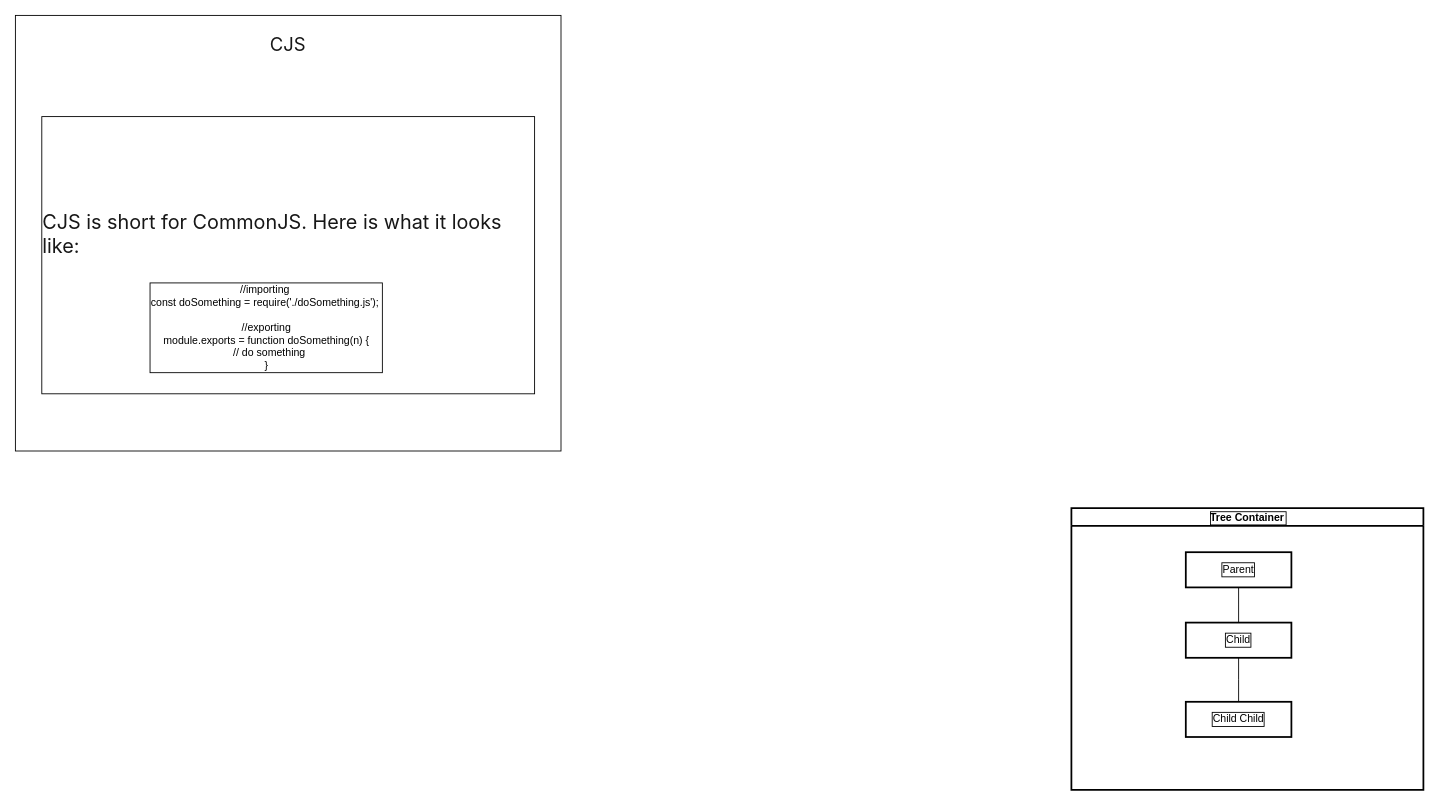
The draw.io diagram page "Page-1" (1 of 6) of Untitled Diagram.drawio in michaelbruns1/diagrams, before the edit. Source tidied: cells renumbered, new cells numbered last; positions are measured from the earlier drawing's top-left corner, leaving out a move shared by most shapes. Both pictures are drawn from the tidied source at 88%, with x=0, y=0 at pixel (15, 15).
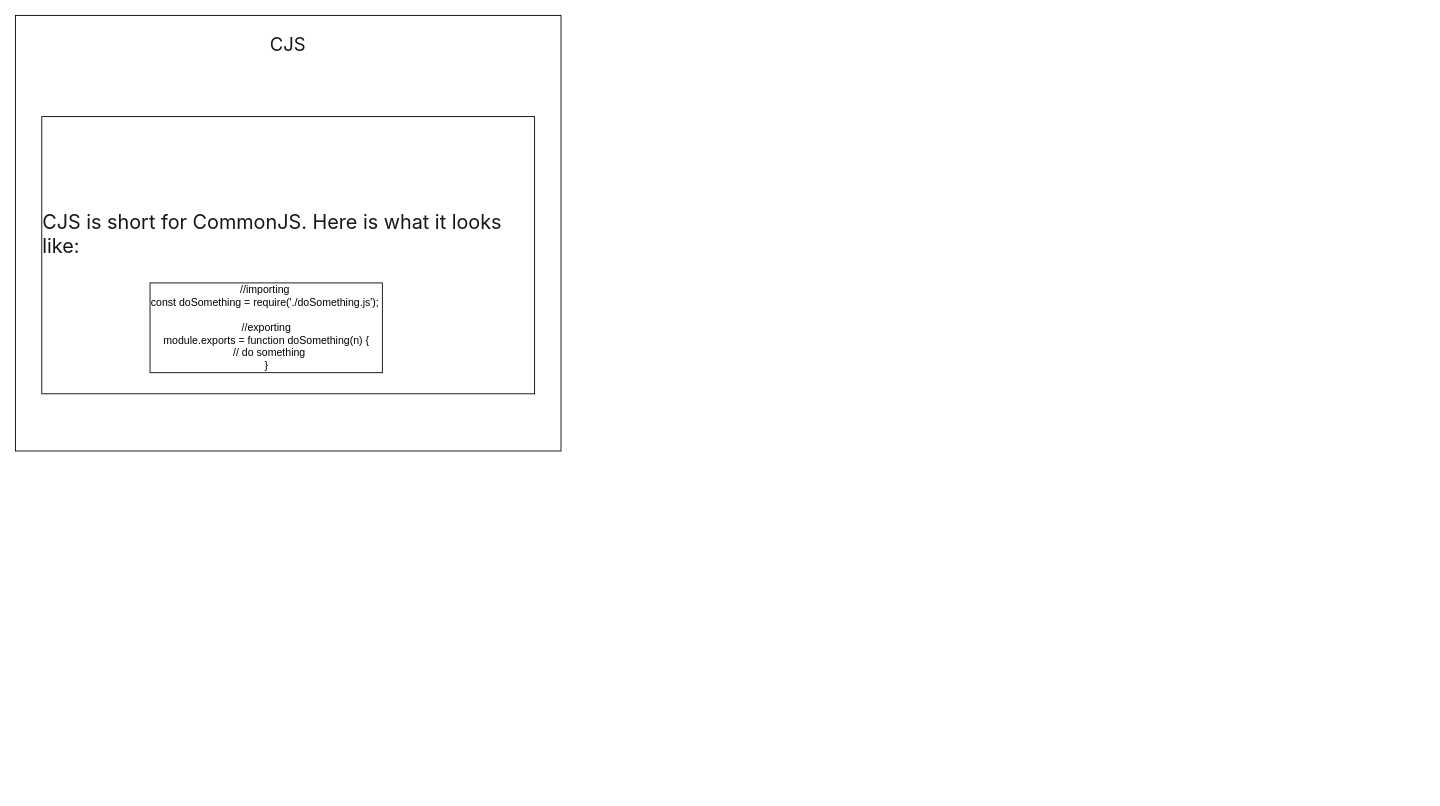
After the change.

What changed in the source:
```diff
@@
 <mxGraphModel background="#ffffff">
   <root>
     <mxCell id="0" />
     <mxCell id="1" parent="0" />
     <mxCell id="2" value="&#10;&lt;h1 style=&quot;box-sizing: border-box; margin: calc(var(--content-rhythm) / 2) 0; font-family: -apple-system, BlinkMacSystemFont, &amp;quot;Segoe UI&amp;quot;, Roboto, Helvetica, Arial, sans-serif, &amp;quot;Apple Color Emoji&amp;quot;, &amp;quot;Segoe UI Emoji&amp;quot;, &amp;quot;Segoe UI Symbol&amp;quot;; padding: 0px; font-weight: var(--fw-bold); line-height: var(--lh-tight); font-size: 1.75em; color: rgb(23, 23, 23); font-style: normal; font-variant-ligatures: normal; font-variant-caps: normal; letter-spacing: normal; orphans: 2; text-indent: 0px; text-transform: none; widows: 2; word-spacing: 0px; -webkit-text-stroke-width: 0px; background-color: rgb(255, 255, 255); text-decoration-thickness: initial; text-decoration-style: initial; text-decoration-color: initial;&quot;&gt;CJS&lt;/h1&gt;&lt;br class=&quot;Apple-interchange-newline&quot;&gt;&#10;&#10;" style="rounded=0;whiteSpace=wrap;html=1;spacingLeft=0;spacingBottom=0;align=center;verticalAlign=top;labelPosition=center;verticalLabelPosition=middle;" parent="1" vertex="1">
       <mxGeometry width="620" height="495" as="geometry" />
     </mxCell>
     <mxCell id="3" value="&#10;&lt;p style=&quot;box-sizing: border-box; margin: 0 0 var(--content-rhythm) 0; color: rgb(23, 23, 23); font-family: -apple-system, BlinkMacSystemFont, &amp;quot;Segoe UI&amp;quot;, Roboto, Helvetica, Arial, sans-serif, &amp;quot;Apple Color Emoji&amp;quot;, &amp;quot;Segoe UI Emoji&amp;quot;, &amp;quot;Segoe UI Symbol&amp;quot;; font-size: 22.5px; font-style: normal; font-variant-ligatures: normal; font-variant-caps: normal; font-weight: 400; letter-spacing: normal; orphans: 2; text-align: start; text-indent: 0px; text-transform: none; widows: 2; word-spacing: 0px; -webkit-text-stroke-width: 0px; text-decoration-thickness: initial; text-decoration-style: initial; text-decoration-color: initial;&quot;&gt;CJS is short for CommonJS. Here is what it looks like:&lt;br style=&quot;box-sizing: border-box;&quot;&gt;&lt;/p&gt;&lt;div style=&quot;box-sizing: border-box; background-image: ; background-position-x: ; background-position-y: ; background-size: ; background-repeat-x: ; background-repeat-y: ; background-attachment: ; background-origin: ; background-clip: ; color: var(--syntax-text-color); font-size: 18px; border-radius: var(--radius); margin: 0 0 var(--content-rhythm) 0; overflow-x: auto; overflow-wrap: initial; padding: var(--su-6); position: relative; font-family: -apple-system, BlinkMacSystemFont, &amp;quot;Segoe UI&amp;quot;, Roboto, Helvetica, Arial, sans-serif, &amp;quot;Apple Color Emoji&amp;quot;, &amp;quot;Segoe UI Emoji&amp;quot;, &amp;quot;Segoe UI Symbol&amp;quot;; font-style: normal; font-variant-ligatures: normal; font-variant-caps: normal; font-weight: 400; letter-spacing: normal; orphans: 2; text-align: start; text-indent: 0px; text-transform: none; widows: 2; word-spacing: 0px; -webkit-text-stroke-width: 0px; text-decoration-thickness: initial; text-decoration-style: initial; text-decoration-color: initial;&quot; class=&quot;highlight js-code-highlight&quot;&gt;&lt;br class=&quot;Apple-interchange-newline&quot;&gt;&#10;&#10;&lt;/div&gt;" style="whiteSpace=wrap;html=1;rounded=0;spacingLeft=0;spacingBottom=0;labelBackgroundColor=none;labelBorderColor=none;strokeColor=default;" parent="2" vertex="1">
       <mxGeometry x="30" y="115" width="560" height="315" as="geometry" />
     </mxCell>
     <mxCell id="4" value="&lt;div&gt;//importing&amp;nbsp;&lt;/div&gt;&lt;div&gt;const doSomething = require('./doSomething.js');&amp;nbsp;&lt;/div&gt;&lt;div&gt;&lt;br&gt;&lt;/div&gt;&lt;div&gt;//exporting&lt;/div&gt;&lt;div&gt;module.exports = function doSomething(n) {&lt;/div&gt;&lt;div&gt;&amp;nbsp; // do something&lt;/div&gt;&lt;div&gt;}&lt;/div&gt;" style="text;html=1;align=center;verticalAlign=middle;strokeColor=none;fillColor=none;labelBorderColor=default;spacing=5;" parent="3" vertex="1">
       <mxGeometry x="110" y="180" width="290" height="120" as="geometry" />
     </mxCell>
-    <mxCell id="5" value="Tree Container" style="swimlane;startSize=20;horizontal=1;containerType=tree;labelBackgroundColor=none;labelBorderColor=default;strokeColor=default;strokeWidth=2;fillColor=none;" parent="1" vertex="1">
-      <mxGeometry x="1200" y="560" width="400" height="320" as="geometry" />
-    </mxCell>
-    <mxCell id="6" style="edgeStyle=elbowEdgeStyle;elbow=vertical;startArrow=none;endArrow=none;rounded=0;" parent="5" edge="1" source="7" target="8">
-      <mxGeometry relative="1" as="geometry" />
-    </mxCell>
-    <mxCell id="7" value="Parent" style="whiteSpace=wrap;html=1;newEdgeStyle={&quot;edgeStyle&quot;:&quot;elbowEdgeStyle&quot;,&quot;startArrow&quot;:&quot;none&quot;,&quot;endArrow&quot;:&quot;none&quot;};labelBackgroundColor=none;labelBorderColor=default;strokeColor=default;strokeWidth=2;fillColor=none;" parent="5" vertex="1">
-      <mxGeometry x="130" y="50" width="120" height="40" as="geometry" />
-    </mxCell>
-    <mxCell id="8" value="Child" style="whiteSpace=wrap;html=1;newEdgeStyle={&quot;edgeStyle&quot;:&quot;elbowEdgeStyle&quot;,&quot;startArrow&quot;:&quot;none&quot;,&quot;endArrow&quot;:&quot;none&quot;};labelBackgroundColor=none;labelBorderColor=default;strokeColor=default;strokeWidth=2;fillColor=none;" parent="5" vertex="1">
-      <mxGeometry x="130" y="130" width="120" height="40" as="geometry" />
-    </mxCell>
-    <mxCell id="9" value="Child Child" style="whiteSpace=wrap;html=1;newEdgeStyle={&quot;edgeStyle&quot;:&quot;elbowEdgeStyle&quot;,&quot;startArrow&quot;:&quot;none&quot;,&quot;endArrow&quot;:&quot;none&quot;};labelBackgroundColor=none;labelBorderColor=default;strokeColor=default;strokeWidth=2;fillColor=none;" parent="5" vertex="1">
-      <mxGeometry x="130" y="220" width="120" height="40" as="geometry" />
-    </mxCell>
-    <mxCell id="10" style="edgeStyle=elbowEdgeStyle;elbow=vertical;startArrow=none;endArrow=none;rounded=0;exitX=0.5;exitY=1;exitDx=0;exitDy=0;" parent="5" edge="1" source="8" target="9">
-      <mxGeometry relative="1" as="geometry" />
-    </mxCell>
   </root>
 </mxGraphModel>
```
